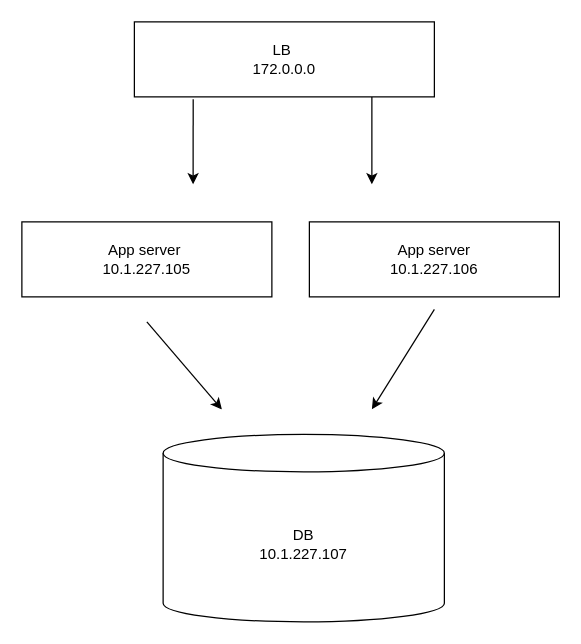
abshah93/ABC keeps this draw.io diagram as Untitled Diagram.drawio. Above is the earlier version. Source tidied: cells renumbered, new cells numbered last; positions are measured from the earlier drawing's top-left corner, leaving out a move shared by most shapes. Both pictures are drawn from the tidied source at 125%, with x=0, y=0 at pixel (21, 21).
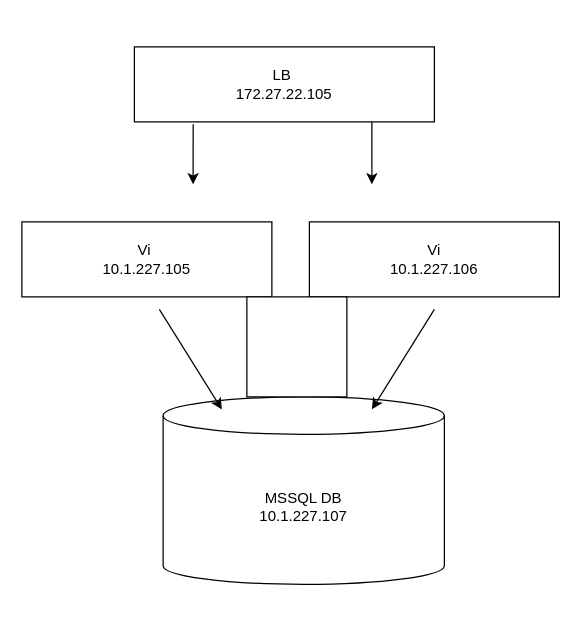
After the change.

What changed in the source:
```diff
@@
 <mxGraphModel>
   <root>
     <mxCell id="0" />
     <mxCell id="1" parent="0" />
-    <mxCell id="2" value="LB&amp;nbsp;&lt;br&gt;172.0.0.0" style="rounded=0;whiteSpace=wrap;html=1;" parent="1" vertex="1">
-      <mxGeometry x="90" width="240" height="60" as="geometry" />
+    <mxCell id="2" value="LB&amp;nbsp;&lt;br&gt;172.27.22.105" style="rounded=0;whiteSpace=wrap;html=1;" parent="1" vertex="1">
+      <mxGeometry x="90" y="20" width="240" height="60" as="geometry" />
     </mxCell>
-    <mxCell id="3" value="App server&amp;nbsp;&lt;br&gt;10.1.227.105" style="rounded=0;whiteSpace=wrap;html=1;" parent="1" vertex="1">
+    <mxCell id="3" value="Vi&amp;nbsp;&lt;br&gt;10.1.227.105" style="rounded=0;whiteSpace=wrap;html=1;" parent="1" vertex="1">
       <mxGeometry y="160" width="200" height="60" as="geometry" />
     </mxCell>
-    <mxCell id="4" value="App server&lt;br&gt;10.1.227.106" style="rounded=0;whiteSpace=wrap;html=1;" parent="1" vertex="1">
+    <mxCell id="4" value="Vi&lt;br&gt;10.1.227.106" style="rounded=0;whiteSpace=wrap;html=1;" parent="1" vertex="1">
       <mxGeometry x="230" y="160" width="200" height="60" as="geometry" />
     </mxCell>
-    <mxCell id="5" value="DB&lt;br&gt;10.1.227.107" style="shape=cylinder3;whiteSpace=wrap;html=1;boundedLbl=1;backgroundOutline=1;size=15;" parent="1" vertex="1">
-      <mxGeometry x="113" y="330" width="225" height="150" as="geometry" />
+    <mxCell id="5" value="MSSQL DB&lt;br&gt;10.1.227.107" style="shape=cylinder3;whiteSpace=wrap;html=1;boundedLbl=1;backgroundOutline=1;size=15;" parent="1" vertex="1">
+      <mxGeometry x="113" y="300" width="225" height="150" as="geometry" />
     </mxCell>
     <mxCell id="6" style="endArrow=classic;html=1;rounded=0;" parent="1" edge="1">
       <mxGeometry relative="1" as="geometry">
-        <mxPoint x="280" y="60" as="sourcePoint" />
+        <mxPoint x="280" y="80" as="sourcePoint" />
         <mxPoint x="280" y="130" as="targetPoint" />
       </mxGeometry>
     </mxCell>
     <mxCell id="7" style="endArrow=classic;html=1;rounded=0;exitX=0.196;exitY=1.033;exitDx=0;exitDy=0;exitPerimeter=0;" parent="1" edge="1" source="2">
       <mxGeometry relative="1" as="geometry">
         <mxPoint x="137" y="130" as="targetPoint" />
       </mxGeometry>
     </mxCell>
     <mxCell id="8" style="endArrow=classic;html=1;rounded=0;" parent="1" edge="1">
       <mxGeometry relative="1" as="geometry">
-        <mxPoint x="100" y="240" as="sourcePoint" />
+        <mxPoint x="110" y="230" as="sourcePoint" />
         <mxPoint x="160" y="310" as="targetPoint" />
       </mxGeometry>
     </mxCell>
     <mxCell id="9" style="endArrow=classic;html=1;rounded=0;" parent="1" edge="1">
       <mxGeometry relative="1" as="geometry">
         <mxPoint x="330" y="230" as="sourcePoint" />
         <mxPoint x="280" y="310" as="targetPoint" />
       </mxGeometry>
     </mxCell>
+    <mxCell id="10" style="whiteSpace=wrap;html=1;" parent="1" vertex="1">
+      <mxGeometry x="180" y="220" width="80" height="80" as="geometry" />
+    </mxCell>
   </root>
 </mxGraphModel>
```
